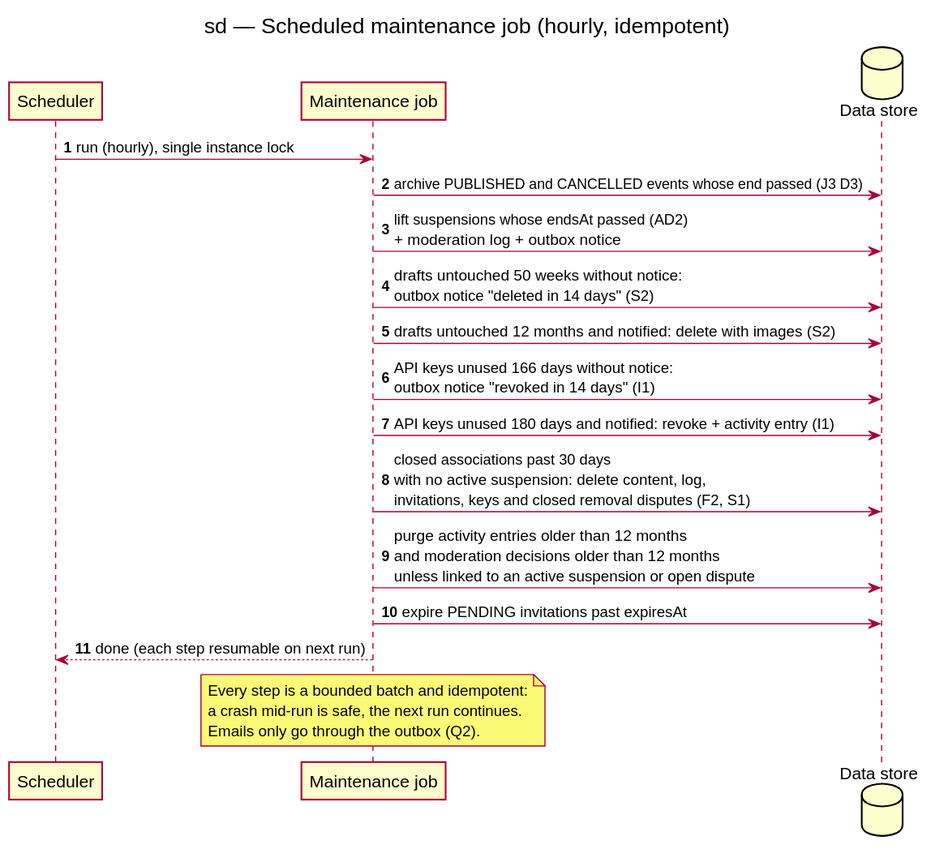
Earlier version of the PlantUML export docs/architecture/diagrams/v1-events/02d-sequence-scheduled-job.svg (benoit-bremaud/HappiHub).
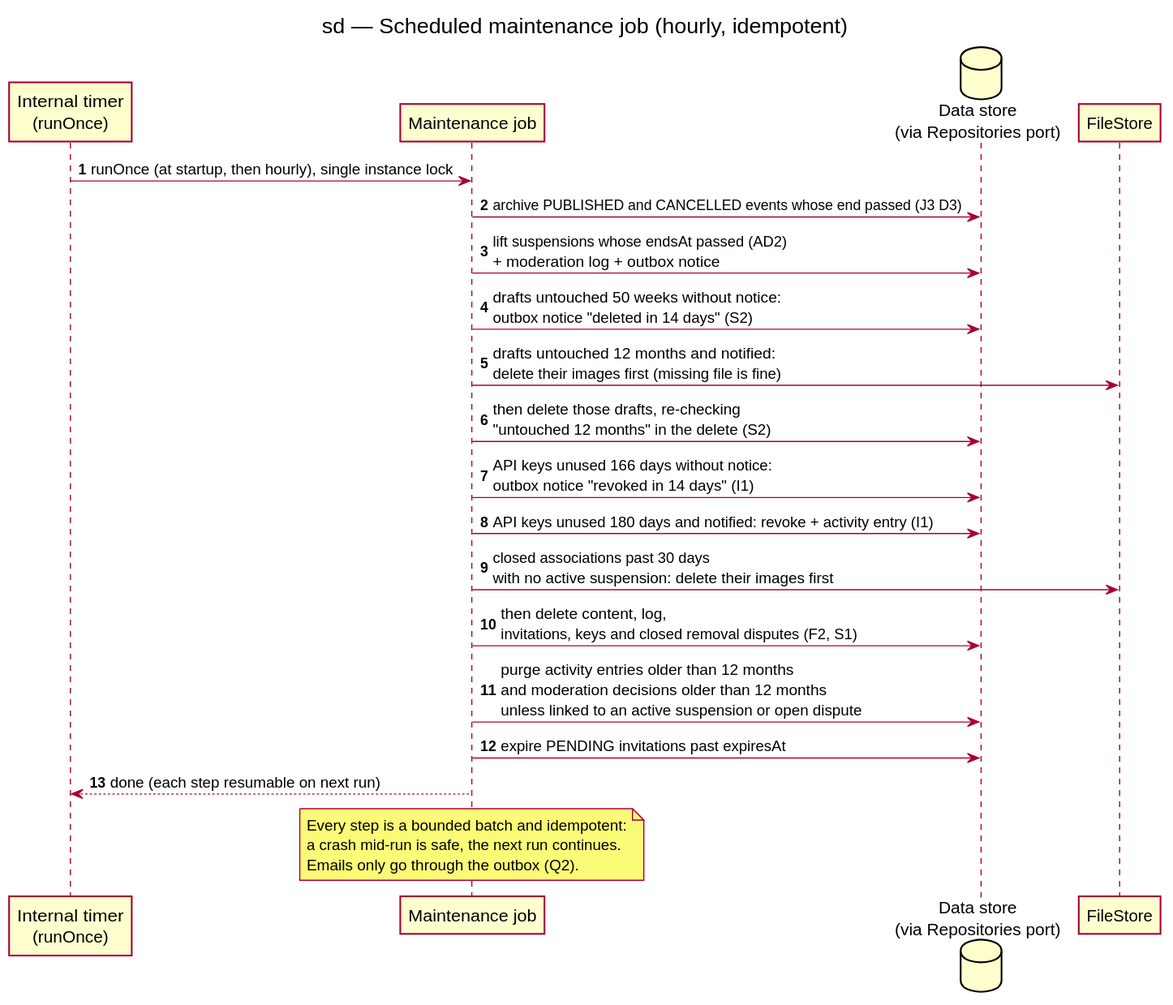
After the commit.

Commit message:
docs(uml): apply local review to component and scheduled job diagrams

What changed in the source:
```diff
@@ -2,18 +2,21 @@
 title sd — Scheduled maintenance job (hourly, idempotent)
 skinparam shadowing false
 autonumber
-participant "Scheduler" as S
+participant "Internal timer\n(runOnce)" as S
 participant "Maintenance job" as J
-database "Data store" as D
+database "Data store\n(via Repositories port)" as D
+participant "FileStore" as F
 
-S -> J : run (hourly), single instance lock
+S -> J : runOnce (at startup, then hourly), single instance lock
 J -> D : archive PUBLISHED and CANCELLED events whose end passed (J3 D3)
 J -> D : lift suspensions whose endsAt passed (AD2)\n+ moderation log + outbox notice
 J -> D : drafts untouched 50 weeks without notice:\noutbox notice "deleted in 14 days" (S2)
-J -> D : drafts untouched 12 months and notified: delete with images (S2)
+J -> F : drafts untouched 12 months and notified:\ndelete their images first (missing file is fine)
+J -> D : then delete those drafts, re-checking\n"untouched 12 months" in the delete (S2)
 J -> D : API keys unused 166 days without notice:\noutbox notice "revoked in 14 days" (I1)
 J -> D : API keys unused 180 days and notified: revoke + activity entry (I1)
-J -> D : closed associations past 30 days\nwith no active suspension: delete content, log,\ninvitations, keys and closed removal disputes (F2, S1)
+J -> F : closed associations past 30 days\nwith no active suspension: delete their images first
+J -> D : then delete content, log,\ninvitations, keys and closed removal disputes (F2, S1)
 J -> D : purge activity entries older than 12 months\nand moderation decisions older than 12 months\nunless linked to an active suspension or open dispute
 J -> D : expire PENDING invitations past expiresAt
 J --> S : done (each step resumable on next run)
```
